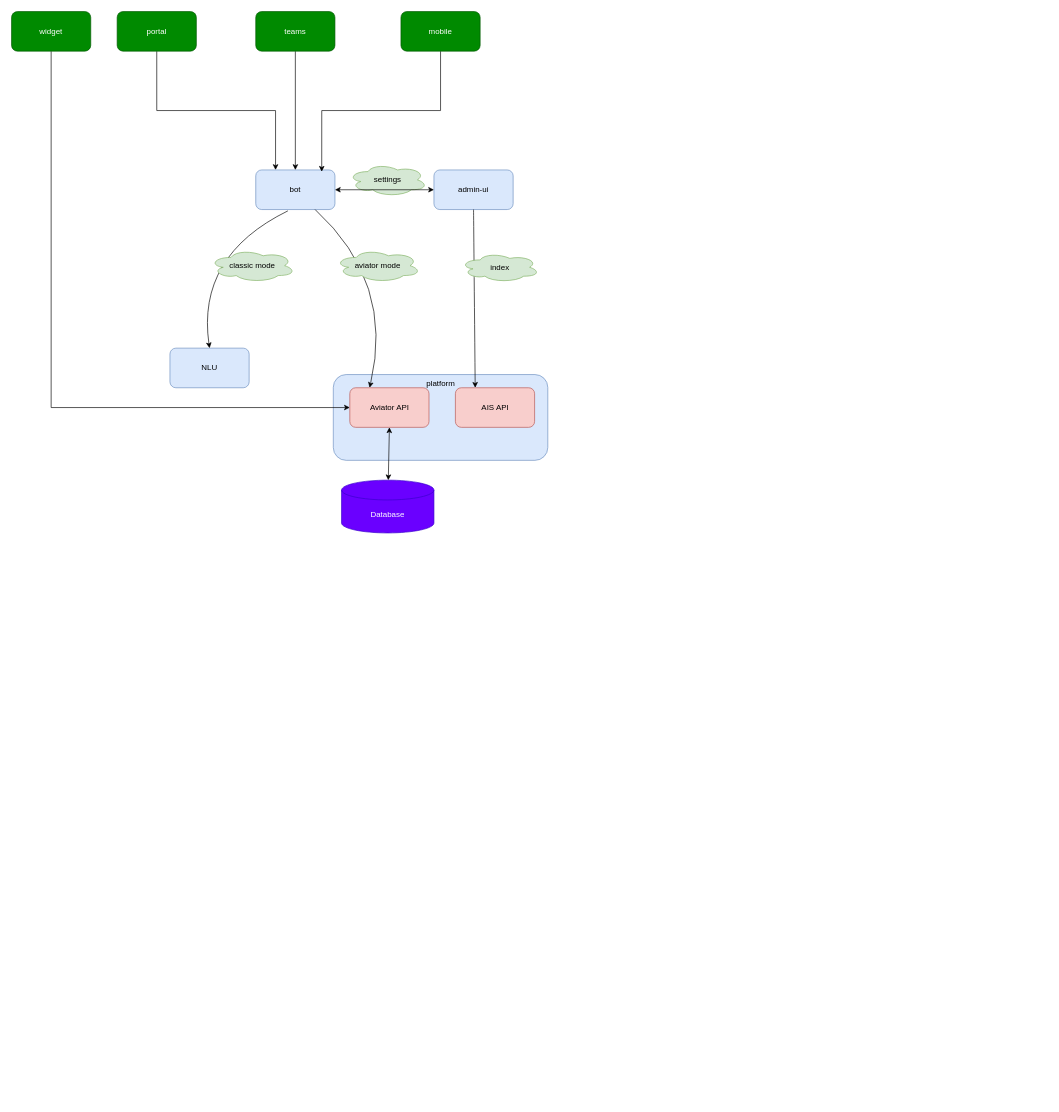
Above: LLM/API adopt.drawio in Ice-YcY/Diagram (draw.io), before the change. Source tidied: cells renumbered, new cells numbered last; positions are measured from the earlier drawing's top-left corner, leaving out a move shared by most shapes. Both pictures are drawn from the tidied source at 66%, with x=0, y=0 at pixel (11, 11).
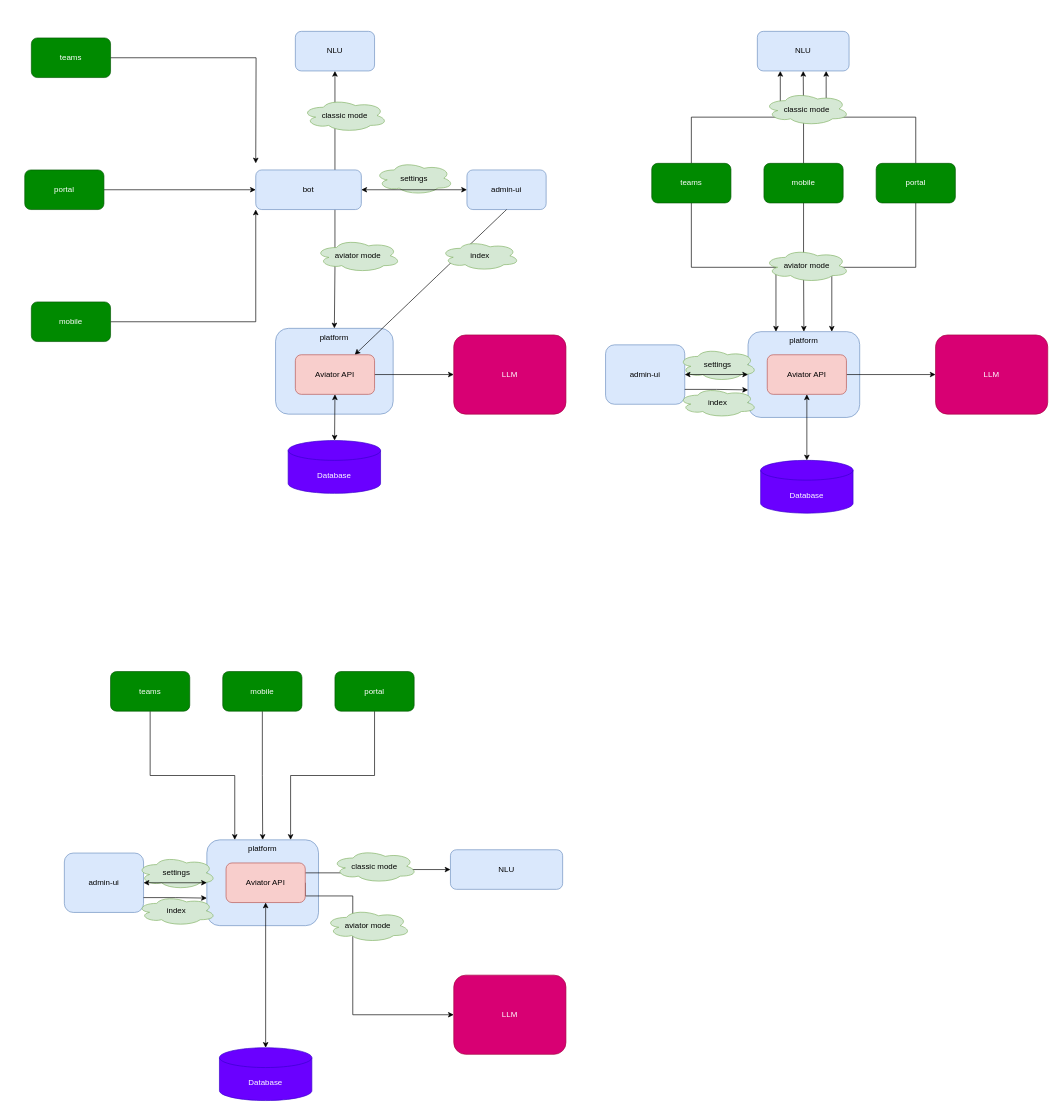
The same diagram, later.

Change to the diagram source:
```diff
@@
     <mxCell id="2" value="platform" style="rounded=1;whiteSpace=wrap;html=1;verticalAlign=top;fillColor=#dae8fc;strokeColor=#6c8ebf;" parent="1" vertex="1">
-      <mxGeometry x="487.5" y="550" width="325" height="130" as="geometry" />
+      <mxGeometry x="400" y="480" width="178.2" height="130" as="geometry" />
     </mxCell>
-    <mxCell id="3" style="edgeStyle=orthogonalEdgeStyle;rounded=0;jettySize=auto;html=1;exitX=0.5;exitY=1;exitDx=0;exitDy=0;entryX=0.25;entryY=0;entryDx=0;entryDy=0;" parent="1" edge="1" source="4" target="5">
+    <mxCell id="3" style="edgeStyle=orthogonalEdgeStyle;rounded=0;jettySize=auto;html=1;exitX=1;exitY=0.5;exitDx=0;exitDy=0;entryX=0;entryY=0.5;entryDx=0;entryDy=0;" parent="1" edge="1" source="4" target="5">
       <mxGeometry relative="1" as="geometry" />
     </mxCell>
     <mxCell id="4" value="portal" style="rounded=1;whiteSpace=wrap;html=1;fillColor=#008a00;fontColor=#ffffff;strokeColor=#005700;" parent="1" vertex="1">
-      <mxGeometry x="160" width="120" height="60" as="geometry" />
+      <mxGeometry x="20" y="240" width="120" height="60" as="geometry" />
     </mxCell>
+    <mxCell id="21" style="edgeStyle=orthogonalEdgeStyle;rounded=0;jettySize=auto;html=1;exitX=0.75;exitY=0;exitDx=0;exitDy=0;entryX=0.5;entryY=1;entryDx=0;entryDy=0;" parent="1" edge="1" source="5" target="18">
+      <mxGeometry relative="1" as="geometry" />
+    </mxCell>
+    <mxCell id="26" style="edgeStyle=orthogonalEdgeStyle;rounded=0;jettySize=auto;html=1;exitX=0.75;exitY=1;exitDx=0;exitDy=0;" parent="1" edge="1" source="5" target="2">
+      <mxGeometry relative="1" as="geometry" />
+    </mxCell>
     <mxCell id="5" value="bot" style="rounded=1;whiteSpace=wrap;html=1;fillColor=#dae8fc;strokeColor=#6c8ebf;" parent="1" vertex="1">
-      <mxGeometry x="370" y="240" width="120" height="60" as="geometry" />
+      <mxGeometry x="370" y="240" width="160" height="60" as="geometry" />
     </mxCell>
-    <mxCell id="6" value="AIS API" style="rounded=1;whiteSpace=wrap;html=1;fillColor=#f8cecc;strokeColor=#b85450;" parent="1" vertex="1">
-      <mxGeometry x="672.5" y="570" width="120" height="60" as="geometry" />
-    </mxCell>
     <mxCell id="7" value="admin-ui" style="rounded=1;whiteSpace=wrap;html=1;fillColor=#dae8fc;strokeColor=#6c8ebf;" parent="1" vertex="1">
-      <mxGeometry x="640" y="240" width="120" height="60" as="geometry" />
+      <mxGeometry x="690" y="240" width="120" height="60" as="geometry" />
     </mxCell>
-    <mxCell id="8" style="curved=1;endArrow=classic;html=1;rounded=0;exitX=0.5;exitY=1;exitDx=0;exitDy=0;entryX=0.25;entryY=0;entryDx=0;entryDy=0;" parent="1" edge="1" source="7" target="6">
+    <mxCell id="8" style="curved=1;endArrow=classic;html=1;rounded=0;exitX=0.5;exitY=1;exitDx=0;exitDy=0;entryX=0.75;entryY=0;entryDx=0;entryDy=0;" parent="1" edge="1" source="7" target="13">
       <mxGeometry relative="1" as="geometry" />
     </mxCell>
-    <mxCell id="9" style="edgeStyle=orthogonalEdgeStyle;rounded=0;jettySize=auto;html=1;exitX=0.5;exitY=1;exitDx=0;exitDy=0;entryX=0.5;entryY=0;entryDx=0;entryDy=0;" parent="1" edge="1" source="10" target="5">
-      <mxGeometry relative="1" as="geometry" />
+    <mxCell id="9" style="edgeStyle=orthogonalEdgeStyle;rounded=0;jettySize=auto;html=1;exitX=1;exitY=0.5;exitDx=0;exitDy=0;" parent="1" edge="1" source="10">
+      <mxGeometry relative="1" as="geometry">
+        <mxPoint x="370" y="230" as="targetPoint" />
+      </mxGeometry>
     </mxCell>
     <mxCell id="10" value="teams" style="rounded=1;whiteSpace=wrap;html=1;fillColor=#008a00;fontColor=#ffffff;strokeColor=#005700;" parent="1" vertex="1">
-      <mxGeometry x="370" width="120" height="60" as="geometry" />
+      <mxGeometry x="30" y="40" width="120" height="60" as="geometry" />
     </mxCell>
-    <mxCell id="11" style="edgeStyle=orthogonalEdgeStyle;rounded=0;jettySize=auto;html=1;exitX=0.5;exitY=1;exitDx=0;exitDy=0;entryX=0.833;entryY=0.044;entryDx=0;entryDy=0;entryPerimeter=0;" parent="1" edge="1" source="12" target="5">
+    <mxCell id="11" style="edgeStyle=orthogonalEdgeStyle;rounded=0;jettySize=auto;html=1;exitX=1;exitY=0.5;exitDx=0;exitDy=0;entryX=0;entryY=1;entryDx=0;entryDy=0;" parent="1" edge="1" source="12" target="5">
       <mxGeometry relative="1" as="geometry" />
     </mxCell>
     <mxCell id="12" value="mobile" style="rounded=1;whiteSpace=wrap;html=1;fillColor=#008a00;fontColor=#ffffff;strokeColor=#005700;" parent="1" vertex="1">
-      <mxGeometry x="590" width="120" height="60" as="geometry" />
+      <mxGeometry x="30" y="440" width="120" height="60" as="geometry" />
     </mxCell>
+    <mxCell id="27" style="edgeStyle=orthogonalEdgeStyle;rounded=0;jettySize=auto;html=1;exitX=1;exitY=0.5;exitDx=0;exitDy=0;entryX=0;entryY=0.5;entryDx=0;entryDy=0;" parent="1" edge="1" source="13" target="28">
+      <mxGeometry relative="1" as="geometry" />
+    </mxCell>
     <mxCell id="13" value="Aviator API" style="rounded=1;whiteSpace=wrap;html=1;fillColor=#f8cecc;strokeColor=#b85450;" parent="1" vertex="1">
-      <mxGeometry x="512.5" y="570" width="120" height="60" as="geometry" />
+      <mxGeometry x="430" y="520" width="120" height="60" as="geometry" />
     </mxCell>
     <mxCell id="14" value="index" style="ellipse;shape=cloud;whiteSpace=wrap;html=1;fillColor=#d5e8d4;strokeColor=#82b366;" parent="1" vertex="1">
-      <mxGeometry x="680" y="365" width="120" height="45" as="geometry" />
+      <mxGeometry x="650" y="347.5" width="120" height="45" as="geometry" />
     </mxCell>
-    <mxCell id="15" style="curved=1;endArrow=classic;html=1;rounded=0;entryX=0.25;entryY=0;entryDx=0;entryDy=0;exitX=0.75;exitY=1;exitDx=0;exitDy=0;" parent="1" edge="1" source="5" target="13">
-      <mxGeometry relative="1" as="geometry">
-        <Array as="points">
-          <mxPoint x="580" y="410" />
-        </Array>
-      </mxGeometry>
-    </mxCell>
     <mxCell id="16" value="aviator mode" style="ellipse;shape=cloud;whiteSpace=wrap;html=1;verticalAlign=middle;fillColor=#d5e8d4;strokeColor=#82b366;" parent="1" vertex="1">
-      <mxGeometry x="490" y="360" width="130" height="50" as="geometry" />
+      <mxGeometry x="460" y="345" width="130" height="50" as="geometry" />
     </mxCell>
     <mxCell id="17" value="Database" style="shape=cylinder3;whiteSpace=wrap;html=1;boundedLbl=1;backgroundOutline=1;size=15;fillColor=#6a00ff;strokeColor=#3700CC;fontColor=#ffffff;" parent="1" vertex="1">
-      <mxGeometry x="500" y="710" width="140" height="80" as="geometry" />
+      <mxGeometry x="419.1" y="650" width="140" height="80" as="geometry" />
     </mxCell>
     <mxCell id="18" value="NLU" style="rounded=1;whiteSpace=wrap;html=1;fillColor=#dae8fc;strokeColor=#6c8ebf;" parent="1" vertex="1">
-      <mxGeometry x="240" y="510" width="120" height="60" as="geometry" />
+      <mxGeometry x="430" y="30" width="120" height="60" as="geometry" />
     </mxCell>
     <mxCell id="19" value="settings" style="ellipse;shape=cloud;whiteSpace=wrap;html=1;fillColor=#d5e8d4;strokeColor=#82b366;" parent="1" vertex="1">
-      <mxGeometry x="510" y="230" width="120" height="50" as="geometry" />
+      <mxGeometry x="550" y="227.5" width="120" height="50" as="geometry" />
     </mxCell>
@@
-    <mxCell id="21" style="curved=1;endArrow=classic;html=1;rounded=0;exitX=0.406;exitY=1.033;exitDx=0;exitDy=0;exitPerimeter=0;entryX=0.5;entryY=0;entryDx=0;entryDy=0;" parent="1" edge="1" source="5" target="18">
-      <mxGeometry relative="1" as="geometry">
-        <Array as="points">
-          <mxPoint x="280" y="370" />
-        </Array>
-      </mxGeometry>
-    </mxCell>
     <mxCell id="22" value="classic mode" style="ellipse;shape=cloud;whiteSpace=wrap;html=1;verticalAlign=middle;fillColor=#d5e8d4;strokeColor=#82b366;" parent="1" vertex="1">
-      <mxGeometry x="300" y="360" width="130" height="50" as="geometry" />
+      <mxGeometry x="440" y="132.5" width="130" height="50" as="geometry" />
     </mxCell>
@@
-    <mxCell id="24" style="edgeStyle=orthogonalEdgeStyle;rounded=0;jettySize=auto;html=1;exitX=0.5;exitY=1;exitDx=0;exitDy=0;entryX=0;entryY=0.5;entryDx=0;entryDy=0;" parent="1" edge="1" source="25" target="13">
-      <mxGeometry relative="1" as="geometry" />
-    </mxCell>
-    <mxCell id="25" value="widget" style="rounded=1;whiteSpace=wrap;html=1;fillColor=#008a00;fontColor=#ffffff;strokeColor=#005700;" parent="1" vertex="1">
-      <mxGeometry width="120" height="60" as="geometry" />
-    </mxCell>
+    <mxCell id="28" value="LLM" style="rounded=1;whiteSpace=wrap;html=1;fillColor=#d80073;fontColor=#ffffff;strokeColor=#A50040;" parent="1" vertex="1">
+      <mxGeometry x="670" y="490" width="170" height="120" as="geometry" />
+    </mxCell>
+    <mxCell id="29" value="platform" style="rounded=1;whiteSpace=wrap;html=1;verticalAlign=top;fillColor=#dae8fc;strokeColor=#6c8ebf;" parent="1" vertex="1">
+      <mxGeometry x="1115.9" y="485" width="169.2" height="130" as="geometry" />
+    </mxCell>
+    <mxCell id="30" style="edgeStyle=orthogonalEdgeStyle;rounded=0;jettySize=auto;html=1;exitX=0.5;exitY=0;exitDx=0;exitDy=0;entryX=0.75;entryY=1;entryDx=0;entryDy=0;" parent="1" edge="1" source="32" target="45">
+      <mxGeometry relative="1" as="geometry" />
+    </mxCell>
+    <mxCell id="31" style="edgeStyle=orthogonalEdgeStyle;rounded=0;jettySize=auto;html=1;exitX=0.5;exitY=1;exitDx=0;exitDy=0;entryX=0.75;entryY=0;entryDx=0;entryDy=0;" parent="1" edge="1" source="32" target="29">
+      <mxGeometry relative="1" as="geometry" />
+    </mxCell>
+    <mxCell id="32" value="portal" style="rounded=1;whiteSpace=wrap;html=1;fillColor=#008a00;fontColor=#ffffff;strokeColor=#005700;" parent="1" vertex="1">
+      <mxGeometry x="1310" y="230" width="120" height="60" as="geometry" />
+    </mxCell>
+    <mxCell id="33" style="edgeStyle=orthogonalEdgeStyle;rounded=0;jettySize=auto;html=1;exitX=0.5;exitY=0;exitDx=0;exitDy=0;entryX=0.5;entryY=1;entryDx=0;entryDy=0;" parent="1" edge="1" source="39" target="45">
+      <mxGeometry relative="1" as="geometry" />
+    </mxCell>
+    <mxCell id="34" style="edgeStyle=orthogonalEdgeStyle;rounded=0;jettySize=auto;html=1;exitX=0.5;exitY=1;exitDx=0;exitDy=0;" parent="1" edge="1" source="39" target="29">
+      <mxGeometry relative="1" as="geometry" />
+    </mxCell>
+    <mxCell id="35" value="admin-ui" style="rounded=1;whiteSpace=wrap;html=1;fillColor=#dae8fc;strokeColor=#6c8ebf;" parent="1" vertex="1">
+      <mxGeometry x="900" y="505" width="120" height="90" as="geometry" />
+    </mxCell>
+    <mxCell id="36" style="edgeStyle=orthogonalEdgeStyle;rounded=0;jettySize=auto;html=1;exitX=0.5;exitY=0;exitDx=0;exitDy=0;entryX=0.25;entryY=1;entryDx=0;entryDy=0;" parent="1" edge="1" source="38" target="45">
+      <mxGeometry relative="1" as="geometry" />
+    </mxCell>
+    <mxCell id="37" style="edgeStyle=orthogonalEdgeStyle;rounded=0;jettySize=auto;html=1;exitX=0.5;exitY=1;exitDx=0;exitDy=0;entryX=0.25;entryY=0;entryDx=0;entryDy=0;" parent="1" edge="1" source="38" target="29">
+      <mxGeometry relative="1" as="geometry" />
+    </mxCell>
+    <mxCell id="38" value="teams" style="rounded=1;whiteSpace=wrap;html=1;fillColor=#008a00;fontColor=#ffffff;strokeColor=#005700;" parent="1" vertex="1">
+      <mxGeometry x="970" y="230" width="120" height="60" as="geometry" />
+    </mxCell>
+    <mxCell id="39" value="mobile" style="rounded=1;whiteSpace=wrap;html=1;fillColor=#008a00;fontColor=#ffffff;strokeColor=#005700;" parent="1" vertex="1">
+      <mxGeometry x="1140" y="230" width="120" height="60" as="geometry" />
+    </mxCell>
+    <mxCell id="40" style="edgeStyle=orthogonalEdgeStyle;rounded=0;jettySize=auto;html=1;exitX=1;exitY=0.5;exitDx=0;exitDy=0;entryX=0;entryY=0.5;entryDx=0;entryDy=0;" parent="1" edge="1" source="41" target="49">
+      <mxGeometry relative="1" as="geometry" />
+    </mxCell>
+    <mxCell id="41" value="Aviator API" style="rounded=1;whiteSpace=wrap;html=1;fillColor=#f8cecc;strokeColor=#b85450;" parent="1" vertex="1">
+      <mxGeometry x="1145" y="520" width="120" height="60" as="geometry" />
+    </mxCell>
+    <mxCell id="42" value="index" style="ellipse;shape=cloud;whiteSpace=wrap;html=1;fillColor=#d5e8d4;strokeColor=#82b366;" parent="1" vertex="1">
+      <mxGeometry x="1010" y="570" width="120" height="45" as="geometry" />
+    </mxCell>
+    <mxCell id="43" value="aviator mode" style="ellipse;shape=cloud;whiteSpace=wrap;html=1;verticalAlign=middle;fillColor=#d5e8d4;strokeColor=#82b366;" parent="1" vertex="1">
+      <mxGeometry x="1140" y="360" width="130" height="50" as="geometry" />
+    </mxCell>
+    <mxCell id="44" value="Database" style="shape=cylinder3;whiteSpace=wrap;html=1;boundedLbl=1;backgroundOutline=1;size=15;fillColor=#6a00ff;strokeColor=#3700CC;fontColor=#ffffff;" parent="1" vertex="1">
+      <mxGeometry x="1135" y="680" width="140" height="80" as="geometry" />
+    </mxCell>
+    <mxCell id="45" value="NLU" style="rounded=1;whiteSpace=wrap;html=1;fillColor=#dae8fc;strokeColor=#6c8ebf;" parent="1" vertex="1">
+      <mxGeometry x="1130" y="30" width="139" height="60" as="geometry" />
+    </mxCell>
+    <mxCell id="46" value="settings" style="ellipse;shape=cloud;whiteSpace=wrap;html=1;fillColor=#d5e8d4;strokeColor=#82b366;" parent="1" vertex="1">
+      <mxGeometry x="1010" y="510" width="120" height="50" as="geometry" />
+    </mxCell>
+    <mxCell id="47" value="classic mode" style="ellipse;shape=cloud;whiteSpace=wrap;html=1;verticalAlign=middle;fillColor=#d5e8d4;strokeColor=#82b366;" parent="1" vertex="1">
+      <mxGeometry x="1140" y="122.5" width="130" height="50" as="geometry" />
+    </mxCell>
+    <mxCell id="48" style="endArrow=classic;startArrow=classic;html=1;rounded=0;entryX=0.5;entryY=1;entryDx=0;entryDy=0;" parent="1" edge="1" source="44" target="41">
+      <mxGeometry relative="1" as="geometry" />
+    </mxCell>
+    <mxCell id="49" value="LLM" style="rounded=1;whiteSpace=wrap;html=1;fillColor=#d80073;fontColor=#ffffff;strokeColor=#A50040;" parent="1" vertex="1">
+      <mxGeometry x="1400" y="490" width="170" height="120" as="geometry" />
+    </mxCell>
+    <mxCell id="50" style="endArrow=classic;startArrow=classic;html=1;rounded=0;entryX=1;entryY=0.5;entryDx=0;entryDy=0;" parent="1" edge="1" source="29" target="35">
+      <mxGeometry relative="1" as="geometry" />
+    </mxCell>
+    <mxCell id="51" style="edgeStyle=orthogonalEdgeStyle;rounded=0;jettySize=auto;html=1;exitX=1;exitY=0.75;exitDx=0;exitDy=0;entryX=0;entryY=0.679;entryDx=0;entryDy=0;entryPerimeter=0;" parent="1" edge="1" source="35" target="29">
+      <mxGeometry relative="1" as="geometry" />
+    </mxCell>
+    <mxCell id="52" value="platform" style="rounded=1;whiteSpace=wrap;html=1;verticalAlign=top;fillColor=#dae8fc;strokeColor=#6c8ebf;" parent="1" vertex="1">
+      <mxGeometry x="295.9" y="1255" width="169.2" height="130" as="geometry" />
+    </mxCell>
+    <mxCell id="53" style="edgeStyle=orthogonalEdgeStyle;rounded=0;jettySize=auto;html=1;exitX=0.5;exitY=1;exitDx=0;exitDy=0;entryX=0.75;entryY=0;entryDx=0;entryDy=0;" parent="1" edge="1" source="54" target="52">
+      <mxGeometry relative="1" as="geometry" />
+    </mxCell>
+    <mxCell id="54" value="portal" style="rounded=1;whiteSpace=wrap;html=1;fillColor=#008a00;fontColor=#ffffff;strokeColor=#005700;" parent="1" vertex="1">
+      <mxGeometry x="490" y="1000" width="120" height="60" as="geometry" />
+    </mxCell>
+    <mxCell id="55" style="edgeStyle=orthogonalEdgeStyle;rounded=0;jettySize=auto;html=1;exitX=0.5;exitY=1;exitDx=0;exitDy=0;" parent="1" edge="1" source="59" target="52">
+      <mxGeometry relative="1" as="geometry" />
+    </mxCell>
+    <mxCell id="56" value="admin-ui" style="rounded=1;whiteSpace=wrap;html=1;fillColor=#dae8fc;strokeColor=#6c8ebf;" parent="1" vertex="1">
+      <mxGeometry x="80" y="1275" width="120" height="90" as="geometry" />
+    </mxCell>
+    <mxCell id="57" style="edgeStyle=orthogonalEdgeStyle;rounded=0;jettySize=auto;html=1;exitX=0.5;exitY=1;exitDx=0;exitDy=0;entryX=0.25;entryY=0;entryDx=0;entryDy=0;" parent="1" edge="1" source="58" target="52">
+      <mxGeometry relative="1" as="geometry" />
+    </mxCell>
+    <mxCell id="58" value="teams" style="rounded=1;whiteSpace=wrap;html=1;fillColor=#008a00;fontColor=#ffffff;strokeColor=#005700;" parent="1" vertex="1">
+      <mxGeometry x="150" y="1000" width="120" height="60" as="geometry" />
+    </mxCell>
+    <mxCell id="59" value="mobile" style="rounded=1;whiteSpace=wrap;html=1;fillColor=#008a00;fontColor=#ffffff;strokeColor=#005700;" parent="1" vertex="1">
+      <mxGeometry x="320" y="1000" width="120" height="60" as="geometry" />
+    </mxCell>
+    <mxCell id="60" style="edgeStyle=orthogonalEdgeStyle;rounded=0;jettySize=auto;html=1;exitX=1;exitY=0.5;exitDx=0;exitDy=0;entryX=0;entryY=0.5;entryDx=0;entryDy=0;" parent="1" edge="1" source="62" target="70">
+      <mxGeometry relative="1" as="geometry">
+        <Array as="points">
+          <mxPoint x="445" y="1340" />
+          <mxPoint x="517" y="1340" />
+          <mxPoint x="517" y="1520" />
+        </Array>
+      </mxGeometry>
+    </mxCell>
+    <mxCell id="61" style="edgeStyle=orthogonalEdgeStyle;rounded=0;jettySize=auto;html=1;exitX=1;exitY=0.25;exitDx=0;exitDy=0;entryX=0;entryY=0.5;entryDx=0;entryDy=0;" parent="1" edge="1" source="62" target="66">
+      <mxGeometry relative="1" as="geometry" />
+    </mxCell>
+    <mxCell id="62" value="Aviator API" style="rounded=1;whiteSpace=wrap;html=1;fillColor=#f8cecc;strokeColor=#b85450;" parent="1" vertex="1">
+      <mxGeometry x="325" y="1290" width="120" height="60" as="geometry" />
+    </mxCell>
+    <mxCell id="63" value="index" style="ellipse;shape=cloud;whiteSpace=wrap;html=1;fillColor=#d5e8d4;strokeColor=#82b366;" parent="1" vertex="1">
+      <mxGeometry x="190" y="1340" width="120" height="45" as="geometry" />
+    </mxCell>
+    <mxCell id="64" value="aviator mode" style="ellipse;shape=cloud;whiteSpace=wrap;html=1;verticalAlign=middle;fillColor=#d5e8d4;strokeColor=#82b366;" parent="1" vertex="1">
+      <mxGeometry x="475" y="1360" width="130" height="50" as="geometry" />
+    </mxCell>
+    <mxCell id="65" value="Database" style="shape=cylinder3;whiteSpace=wrap;html=1;boundedLbl=1;backgroundOutline=1;size=15;fillColor=#6a00ff;strokeColor=#3700CC;fontColor=#ffffff;" parent="1" vertex="1">
+      <mxGeometry x="315" y="1570" width="140" height="80" as="geometry" />
+    </mxCell>
+    <mxCell id="66" value="NLU" style="rounded=1;whiteSpace=wrap;html=1;fillColor=#dae8fc;strokeColor=#6c8ebf;" parent="1" vertex="1">
+      <mxGeometry x="665" y="1270" width="170" height="60" as="geometry" />
+    </mxCell>
+    <mxCell id="67" value="settings" style="ellipse;shape=cloud;whiteSpace=wrap;html=1;fillColor=#d5e8d4;strokeColor=#82b366;" parent="1" vertex="1">
+      <mxGeometry x="190" y="1280" width="120" height="50" as="geometry" />
+    </mxCell>
+    <mxCell id="68" value="classic mode" style="ellipse;shape=cloud;whiteSpace=wrap;html=1;verticalAlign=middle;fillColor=#d5e8d4;strokeColor=#82b366;" parent="1" vertex="1">
+      <mxGeometry x="485" y="1270" width="130" height="50" as="geometry" />
+    </mxCell>
+    <mxCell id="69" style="endArrow=classic;startArrow=classic;html=1;rounded=0;entryX=0.5;entryY=1;entryDx=0;entryDy=0;" parent="1" edge="1" source="65" target="62">
+      <mxGeometry relative="1" as="geometry" />
+    </mxCell>
+    <mxCell id="70" value="LLM" style="rounded=1;whiteSpace=wrap;html=1;fillColor=#d80073;fontColor=#ffffff;strokeColor=#A50040;" parent="1" vertex="1">
+      <mxGeometry x="670" y="1460" width="170" height="120" as="geometry" />
+    </mxCell>
+    <mxCell id="71" style="endArrow=classic;startArrow=classic;html=1;rounded=0;entryX=1;entryY=0.5;entryDx=0;entryDy=0;" parent="1" edge="1" source="52" target="56">
+      <mxGeometry relative="1" as="geometry" />
+    </mxCell>
+    <mxCell id="72" style="edgeStyle=orthogonalEdgeStyle;rounded=0;jettySize=auto;html=1;exitX=1;exitY=0.75;exitDx=0;exitDy=0;entryX=0;entryY=0.679;entryDx=0;entryDy=0;entryPerimeter=0;" parent="1" edge="1" source="56" target="52">
+      <mxGeometry relative="1" as="geometry" />
+    </mxCell>
```
